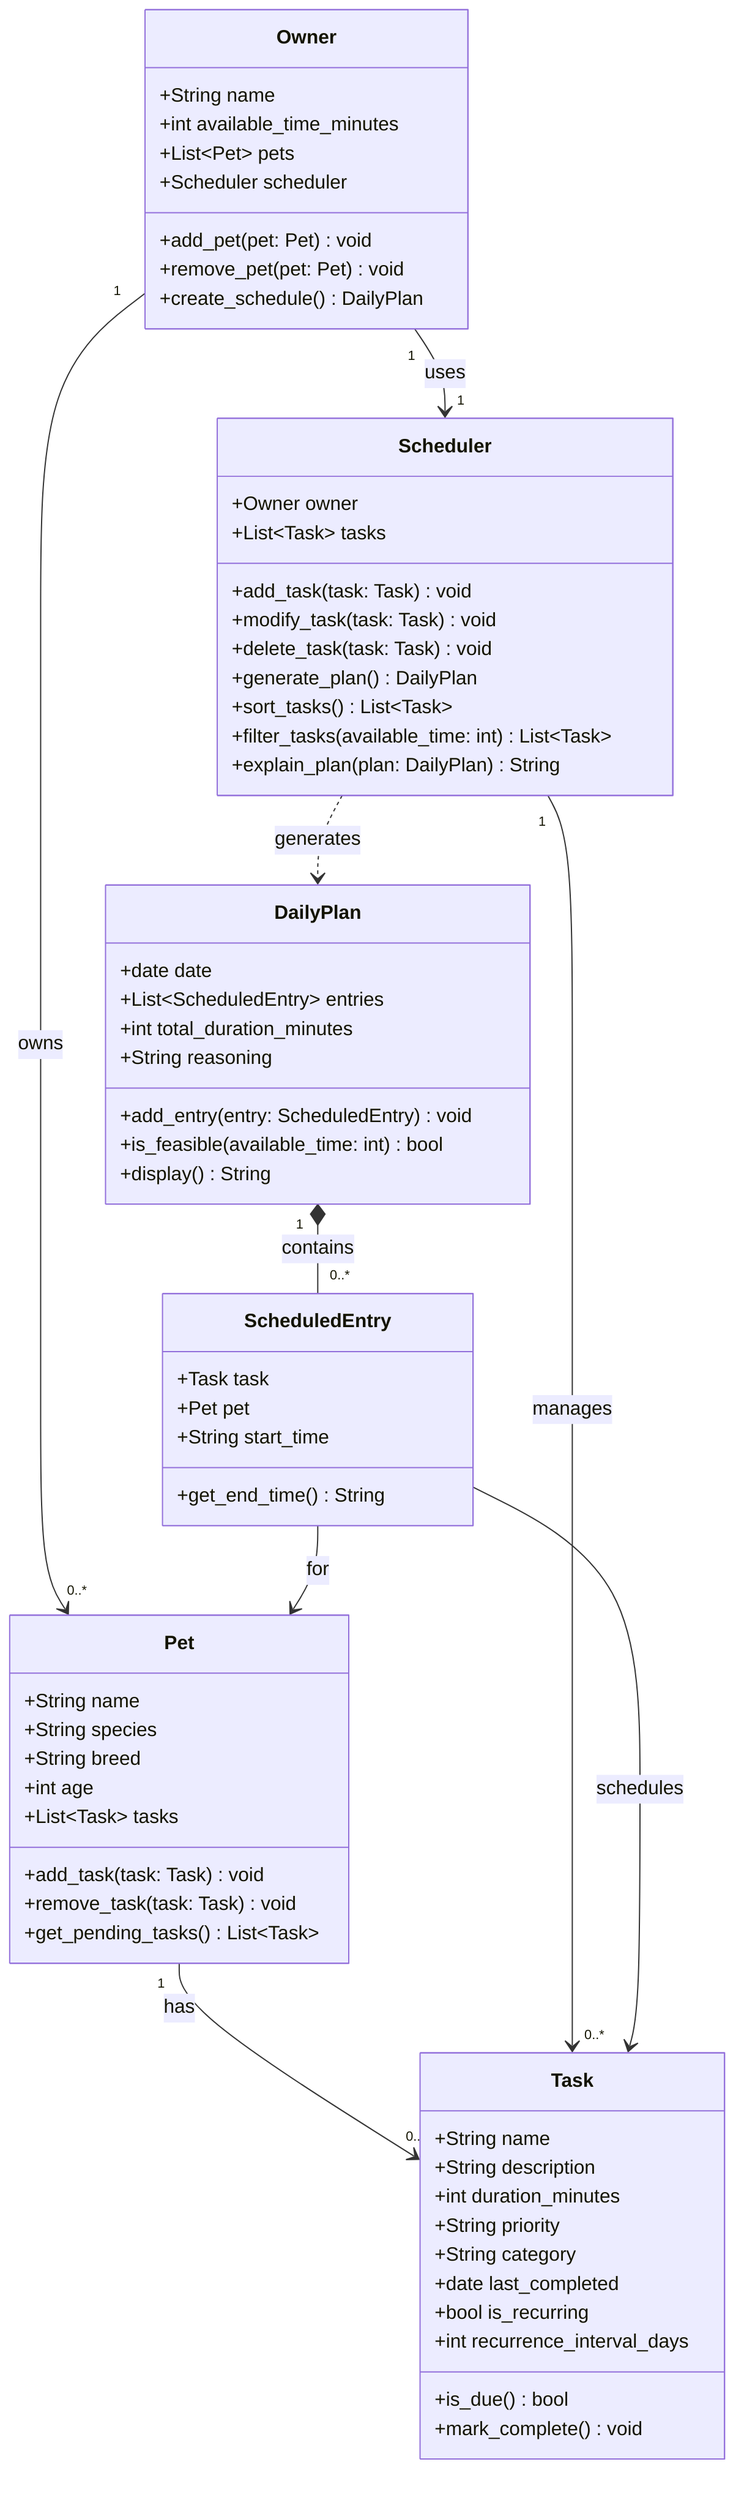
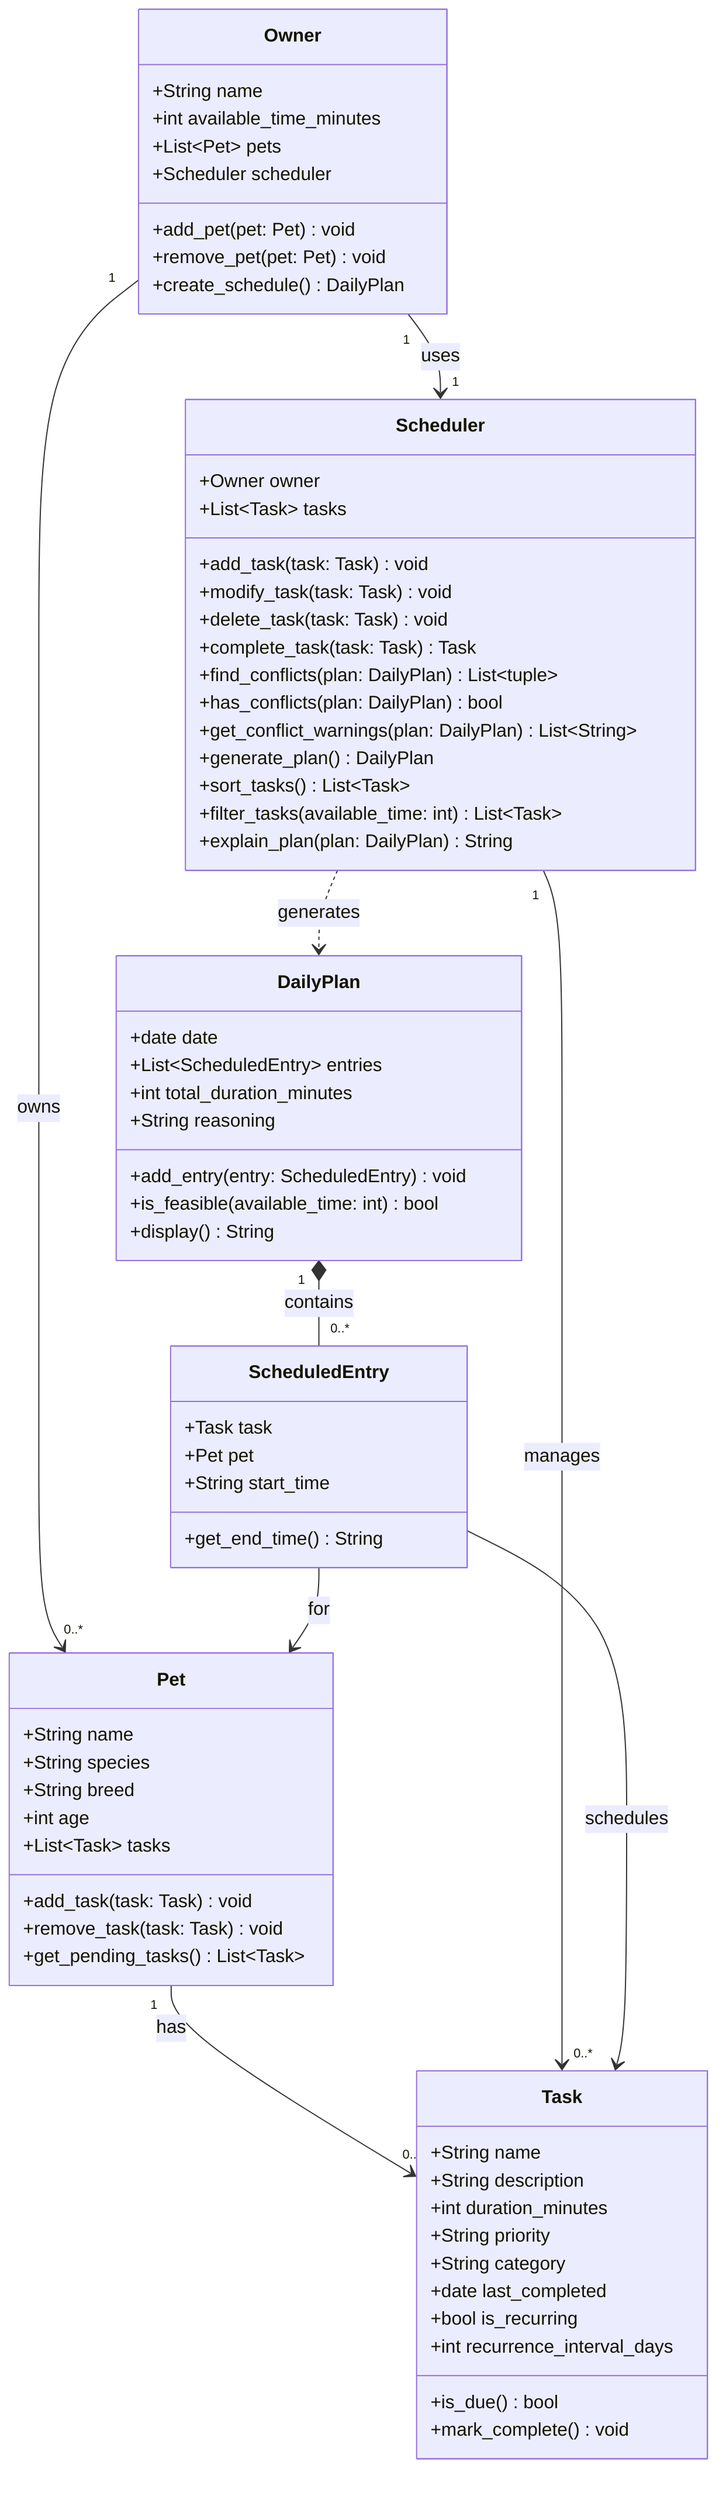
classDiagram
    class Owner {
        +String name
        +int available_time_minutes
        +List~Pet~ pets
        +Scheduler scheduler
        +add_pet(pet: Pet) void
        +remove_pet(pet: Pet) void
        +create_schedule() DailyPlan
    }

    class Pet {
        +String name
        +String species
        +String breed
        +int age
        +List~Task~ tasks
        +add_task(task: Task) void
        +remove_task(task: Task) void
        +get_pending_tasks() List~Task~
    }

    class Task {
        +String name
        +String description
        +int duration_minutes
        +String priority
        +String category
        +date last_completed
        +bool is_recurring
        +int recurrence_interval_days
        +is_due() bool
        +mark_complete() void
    }

    class Scheduler {
        +Owner owner
        +List~Task~ tasks
        +add_task(task: Task) void
        +modify_task(task: Task) void
        +delete_task(task: Task) void
+         +complete_task(task: Task) Task
+         +find_conflicts(plan: DailyPlan) List~tuple~
+         +has_conflicts(plan: DailyPlan) bool
+         +get_conflict_warnings(plan: DailyPlan) List~String~
        +generate_plan() DailyPlan
        +sort_tasks() List~Task~
        +filter_tasks(available_time: int) List~Task~
        +explain_plan(plan: DailyPlan) String
    }

    class DailyPlan {
        +date date
        +List~ScheduledEntry~ entries
        +int total_duration_minutes
        +String reasoning
        +add_entry(entry: ScheduledEntry) void
        +is_feasible(available_time: int) bool
        +display() String
    }

    class ScheduledEntry {
        +Task task
        +Pet pet
        +String start_time
        +get_end_time() String
    }

    Owner "1" --> "0..*" Pet : owns
    Owner "1" --> "1" Scheduler : uses
    Pet "1" --> "0..*" Task : has
    Scheduler "1" --> "0..*" Task : manages
    Scheduler ..> DailyPlan : generates
    DailyPlan "1" *-- "0..*" ScheduledEntry : contains
    ScheduledEntry --> Task : schedules
    ScheduledEntry --> Pet : for
